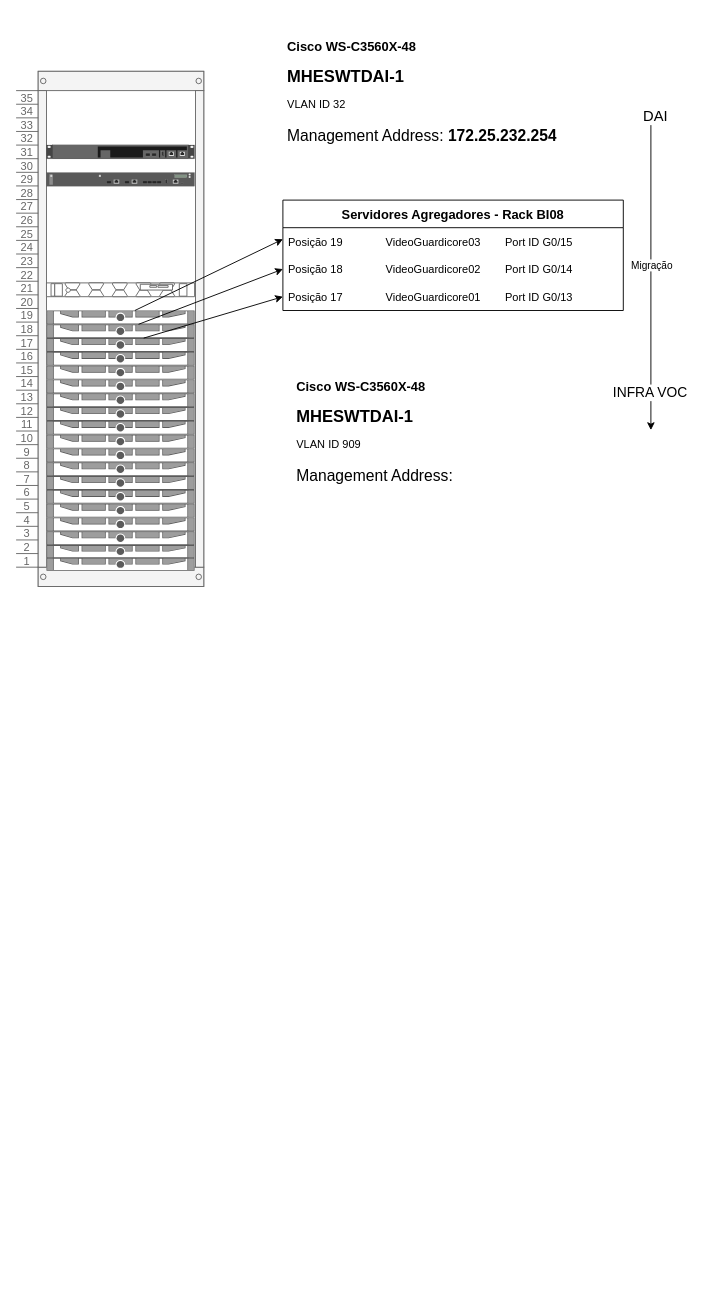
Before: infra_VOC.drawio in eloyx3x/Diagramas, a draw.io diagram. Source tidied: cells renumbered, new cells numbered last; positions are measured from the earlier drawing's top-left corner, leaving out a move shared by most shapes. Both pictures are drawn from the tidied source at 92%, with x=0, y=0 at pixel (16, 34).
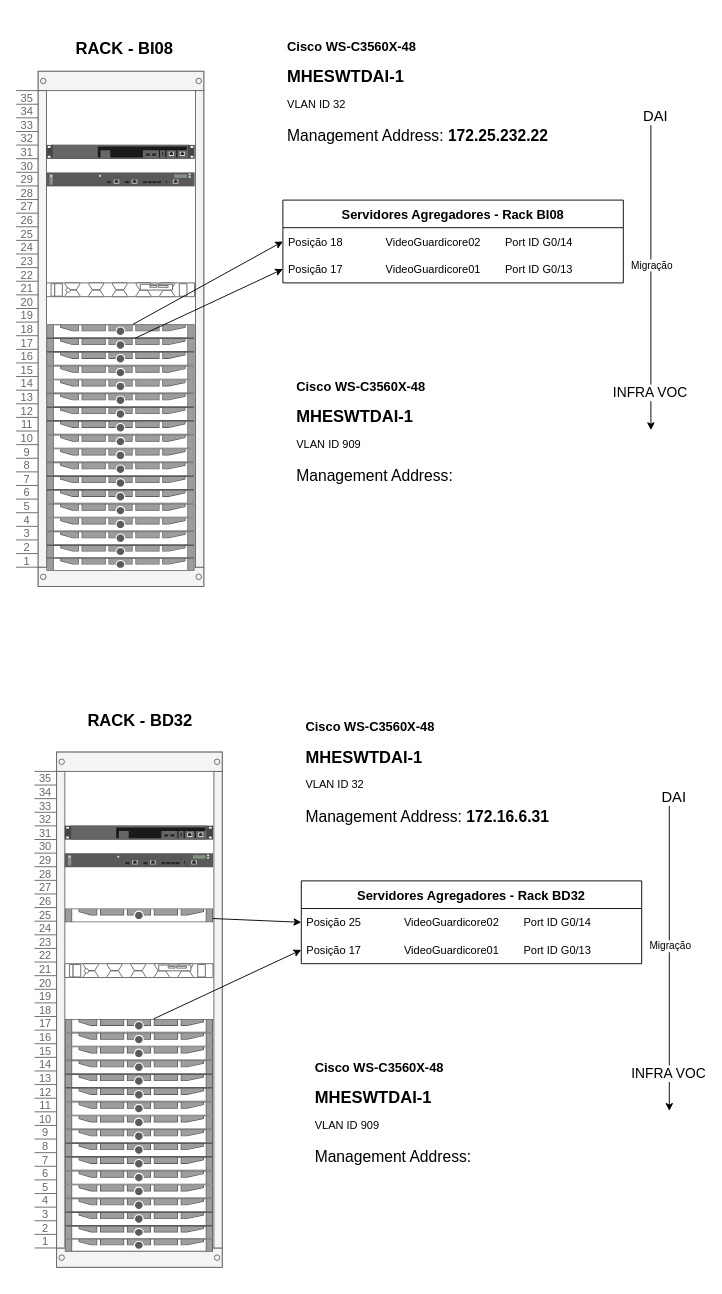
The same page after the edit.

Unchanged cells that the change refers to:
```xml
<mxCell id="2" style="strokeColor=#666666;html=1;verticalLabelPosition=bottom;labelBackgroundColor=#ffffff;verticalAlign=top;shadow=0;dashed=0;shape=mxgraph.rackGeneral.rackCabinet;fillColor2=#f4f4f4;allowGaps=1;textColor=#666666;numDisp=descend;unitNum=35;" parent="1" vertex="1">
  <mxGeometry y="40" width="203" height="571" as="geometry" />
</mxCell>
```

Change to the diagram source:
```diff
@@
-    <mxCell id="6" style="strokeColor=#666666;html=1;labelPosition=right;align=left;spacingLeft=15;shadow=0;dashed=0;outlineConnect=0;shape=mxgraph.rack.dell.poweredge_630;" parent="2" vertex="1">
-      <mxGeometry x="33" y="260" width="161" height="15" as="geometry" />
-    </mxCell>
@@
     <mxCell id="25" value="Servidores Agregadores - Rack BI08" style="swimlane;fontStyle=1;horizontal=1;startSize=30;fontSize=14;" parent="1" vertex="1">
-      <mxGeometry x="290" y="180" width="370" height="120" as="geometry" />
+      <mxGeometry x="290" y="180" width="370" height="90" as="geometry" />
     </mxCell>
-    <mxCell id="26" value="Posição 19              VideoGuardicore03        Port ID G0/15" style="text;strokeColor=none;fillColor=none;align=left;verticalAlign=middle;spacingLeft=4;spacingRight=4;overflow=hidden;" parent="25" vertex="1">
-      <mxGeometry y="30" width="370" height="30" as="geometry" />
-    </mxCell>
     <mxCell id="27" value="Posição 18              VideoGuardicore02        Port ID G0/14" style="text;strokeColor=none;fillColor=none;align=left;verticalAlign=middle;spacingLeft=4;spacingRight=4;overflow=hidden;points=[[0,0.5],[1,0.5]];portConstraint=eastwest;" parent="25" vertex="1">
-      <mxGeometry y="60" width="370" height="30" as="geometry" />
+      <mxGeometry y="30" width="370" height="30" as="geometry" />
     </mxCell>
     <mxCell id="28" value="Posição 17              VideoGuardicore01        Port ID G0/13   " style="text;strokeColor=none;fillColor=none;align=left;verticalAlign=middle;spacingLeft=4;spacingRight=4;overflow=hidden;points=[[0,0.5],[1,0.5]];portConstraint=eastwest;" parent="25" vertex="1">
-      <mxGeometry y="90" width="370" height="30" as="geometry" />
+      <mxGeometry y="60" width="370" height="30" as="geometry" />
     </mxCell>
@@
-    <mxCell id="31" style="endArrow=classic;html=1;rounded=0;" parent="1" edge="1" source="6">
-      <mxGeometry relative="1" as="geometry">
-        <mxPoint x="290" y="222.5" as="targetPoint" />
-      </mxGeometry>
-    </mxCell>
-    <mxCell id="32" value="&lt;h1 style=&quot;font-size: 18px;&quot;&gt;&lt;font style=&quot;font-size: 14px;&quot;&gt;Cisco WS-C3560X-48&lt;/font&gt;&lt;/h1&gt;&lt;h1 style=&quot;font-size: 18px;&quot;&gt;&lt;font style=&quot;font-size: 18px;&quot;&gt;MHESWTDAI-1&lt;/font&gt;&lt;/h1&gt;&lt;p&gt;VLAN ID 32&lt;/p&gt;&lt;p style=&quot;font-size: 17px;&quot;&gt;Management Address: &lt;b&gt;&lt;font style=&quot;font-size: 17px;&quot;&gt;172.25.232.254&lt;/font&gt;&lt;/b&gt;&lt;br&gt;&lt;/p&gt;" style="text;html=1;strokeColor=none;fillColor=none;spacing=5;spacingTop=-20;whiteSpace=wrap;overflow=hidden;rounded=0;" parent="1" vertex="1">
+    <mxCell id="32" value="&lt;h1 style=&quot;font-size: 18px;&quot;&gt;&lt;font style=&quot;font-size: 14px;&quot;&gt;Cisco WS-C3560X-48&lt;/font&gt;&lt;/h1&gt;&lt;h1 style=&quot;font-size: 18px;&quot;&gt;&lt;font style=&quot;font-size: 18px;&quot;&gt;MHESWTDAI-1&lt;/font&gt;&lt;/h1&gt;&lt;p&gt;VLAN ID 32&lt;/p&gt;&lt;p style=&quot;font-size: 17px;&quot;&gt;Management Address: &lt;b&gt;&lt;font style=&quot;font-size: 17px;&quot;&gt;172.25.232.22&lt;/font&gt;&lt;/b&gt;&lt;br&gt;&lt;/p&gt;" style="text;html=1;strokeColor=none;fillColor=none;spacing=5;spacingTop=-20;whiteSpace=wrap;overflow=hidden;rounded=0;" parent="1" vertex="1">
       <mxGeometry x="290" width="326" height="125" as="geometry" />
     </mxCell>
@@
+    <mxCell id="38" style="strokeColor=#666666;html=1;verticalLabelPosition=bottom;labelBackgroundColor=#ffffff;verticalAlign=top;shadow=0;dashed=0;shape=mxgraph.rackGeneral.rackCabinet;fillColor2=#f4f4f4;allowGaps=1;textColor=#666666;numDisp=descend;unitNum=35;" parent="1" vertex="1">
+      <mxGeometry x="20" y="780" width="203" height="571" as="geometry" />
+    </mxCell>
+    <mxCell id="39" style="html=1;verticalLabelPosition=bottom;verticalAlign=top;shadow=0;dashed=0;shape=mxgraph.rack.hpe_aruba.gateways_controllers.aruba_mobility_master_5k_front;" parent="38" vertex="1">
+      <mxGeometry x="33" y="80" width="161" height="15" as="geometry" />
+    </mxCell>
+    <mxCell id="40" style="html=1;verticalLabelPosition=bottom;verticalAlign=top;shadow=0;dashed=0;shape=mxgraph.rack.hpe_aruba.gateways_controllers.aruba_7210_mobility_controller_front;" parent="38" vertex="1">
+      <mxGeometry x="33" y="110" width="161" height="15" as="geometry" />
+    </mxCell>
+    <mxCell id="41" style="strokeColor=#666666;html=1;labelPosition=right;align=left;spacingLeft=15;shadow=0;dashed=0;outlineConnect=0;shape=mxgraph.rack.dell.poweredge_630;" parent="38" vertex="1">
+      <mxGeometry x="33" y="170" width="161" height="15" as="geometry" />
+    </mxCell>
+    <mxCell id="42" style="strokeColor=#666666;html=1;labelPosition=right;align=left;spacingLeft=15;shadow=0;dashed=0;shape=mxgraph.rack.dell.poweredge_r6525;" parent="38" vertex="1">
+      <mxGeometry x="33" y="230" width="161" height="15" as="geometry" />
+    </mxCell>
+    <mxCell id="43" style="strokeColor=#666666;html=1;labelPosition=right;align=left;spacingLeft=15;shadow=0;dashed=0;outlineConnect=0;shape=mxgraph.rack.dell.poweredge_630;" parent="38" vertex="1">
+      <mxGeometry x="33" y="290" width="161" height="15" as="geometry" />
+    </mxCell>
+    <mxCell id="44" style="strokeColor=#666666;html=1;labelPosition=right;align=left;spacingLeft=15;shadow=0;dashed=0;shape=mxgraph.rack.dell.poweredge_630;" parent="38" vertex="1">
+      <mxGeometry x="33" y="305" width="161" height="15" as="geometry" />
+    </mxCell>
+    <mxCell id="45" style="strokeColor=#666666;html=1;labelPosition=right;align=left;spacingLeft=15;shadow=0;dashed=0;shape=mxgraph.rack.dell.poweredge_630;" parent="38" vertex="1">
+      <mxGeometry x="33" y="320" width="161" height="15" as="geometry" />
+    </mxCell>
+    <mxCell id="46" style="strokeColor=#666666;html=1;labelPosition=right;align=left;spacingLeft=15;shadow=0;dashed=0;shape=mxgraph.rack.dell.poweredge_630;" parent="38" vertex="1">
+      <mxGeometry x="33" y="335" width="161" height="15" as="geometry" />
+    </mxCell>
+    <mxCell id="47" style="strokeColor=#666666;html=1;labelPosition=right;align=left;spacingLeft=15;shadow=0;dashed=0;shape=mxgraph.rack.dell.poweredge_630;" parent="38" vertex="1">
+      <mxGeometry x="33" y="350" width="161" height="15" as="geometry" />
+    </mxCell>
+    <mxCell id="48" style="strokeColor=#666666;html=1;labelPosition=right;align=left;spacingLeft=15;shadow=0;dashed=0;shape=mxgraph.rack.dell.poweredge_630;" parent="38" vertex="1">
+      <mxGeometry x="33" y="365" width="161" height="15" as="geometry" />
+    </mxCell>
+    <mxCell id="49" style="strokeColor=#666666;html=1;labelPosition=right;align=left;spacingLeft=15;shadow=0;dashed=0;shape=mxgraph.rack.dell.poweredge_630;" parent="38" vertex="1">
+      <mxGeometry x="33" y="380" width="161" height="15" as="geometry" />
+    </mxCell>
+    <mxCell id="50" style="strokeColor=#666666;html=1;labelPosition=right;align=left;spacingLeft=15;shadow=0;dashed=0;shape=mxgraph.rack.dell.poweredge_630;" parent="38" vertex="1">
+      <mxGeometry x="33" y="395" width="161" height="15" as="geometry" />
+    </mxCell>
+    <mxCell id="51" style="strokeColor=#666666;html=1;labelPosition=right;align=left;spacingLeft=15;shadow=0;dashed=0;shape=mxgraph.rack.dell.poweredge_630;" parent="38" vertex="1">
+      <mxGeometry x="33" y="410" width="161" height="15" as="geometry" />
+    </mxCell>
+    <mxCell id="52" style="strokeColor=#666666;html=1;labelPosition=right;align=left;spacingLeft=15;shadow=0;dashed=0;shape=mxgraph.rack.dell.poweredge_630;" parent="38" vertex="1">
+      <mxGeometry x="33" y="425" width="161" height="15" as="geometry" />
+    </mxCell>
+    <mxCell id="53" style="strokeColor=#666666;html=1;labelPosition=right;align=left;spacingLeft=15;shadow=0;dashed=0;shape=mxgraph.rack.dell.poweredge_630;" parent="38" vertex="1">
+      <mxGeometry x="33" y="440" width="161" height="15" as="geometry" />
+    </mxCell>
+    <mxCell id="54" style="strokeColor=#666666;html=1;labelPosition=right;align=left;spacingLeft=15;shadow=0;dashed=0;shape=mxgraph.rack.dell.poweredge_630;" parent="38" vertex="1">
+      <mxGeometry x="33" y="455" width="161" height="15" as="geometry" />
+    </mxCell>
+    <mxCell id="55" style="strokeColor=#666666;html=1;labelPosition=right;align=left;spacingLeft=15;shadow=0;dashed=0;shape=mxgraph.rack.dell.poweredge_630;" parent="38" vertex="1">
+      <mxGeometry x="33" y="470" width="161" height="15" as="geometry" />
+    </mxCell>
+    <mxCell id="56" style="strokeColor=#666666;html=1;labelPosition=right;align=left;spacingLeft=15;shadow=0;dashed=0;shape=mxgraph.rack.dell.poweredge_630;" parent="38" vertex="1">
+      <mxGeometry x="33" y="485" width="161" height="15" as="geometry" />
+    </mxCell>
+    <mxCell id="57" style="strokeColor=#666666;html=1;labelPosition=right;align=left;spacingLeft=15;shadow=0;dashed=0;shape=mxgraph.rack.dell.poweredge_630;" parent="38" vertex="1">
+      <mxGeometry x="33" y="500" width="161" height="15" as="geometry" />
+    </mxCell>
+    <mxCell id="58" style="strokeColor=#666666;html=1;labelPosition=right;align=left;spacingLeft=15;shadow=0;dashed=0;shape=mxgraph.rack.dell.poweredge_630;" parent="38" vertex="1">
+      <mxGeometry x="33" y="515" width="161" height="14" as="geometry" />
+    </mxCell>
+    <mxCell id="59" style="strokeColor=#666666;html=1;labelPosition=right;align=left;spacingLeft=15;shadow=0;dashed=0;shape=mxgraph.rack.dell.poweredge_630;" parent="38" vertex="1">
+      <mxGeometry x="33" y="529" width="161" height="14" as="geometry" />
+    </mxCell>
+    <mxCell id="60" value="Servidores Agregadores - Rack BD32" style="swimlane;fontStyle=1;horizontal=1;startSize=30;fontSize=14;" parent="1" vertex="1">
+      <mxGeometry x="310" y="920" width="370" height="90" as="geometry" />
+    </mxCell>
+    <mxCell id="61" value="Posição 25              VideoGuardicore02        Port ID G0/14" style="text;strokeColor=none;fillColor=none;align=left;verticalAlign=middle;spacingLeft=4;spacingRight=4;overflow=hidden;points=[[0,0.5],[1,0.5]];portConstraint=eastwest;" parent="60" vertex="1">
+      <mxGeometry y="30" width="370" height="30" as="geometry" />
+    </mxCell>
+    <mxCell id="62" value="Posição 17              VideoGuardicore01        Port ID G0/13   " style="text;strokeColor=none;fillColor=none;align=left;verticalAlign=middle;spacingLeft=4;spacingRight=4;overflow=hidden;points=[[0,0.5],[1,0.5]];portConstraint=eastwest;" parent="60" vertex="1">
+      <mxGeometry y="60" width="370" height="30" as="geometry" />
+    </mxCell>
+    <mxCell id="63" style="endArrow=classic;html=1;rounded=0;entryX=0;entryY=0.5;entryDx=0;entryDy=0;entryPerimeter=0;" parent="1" edge="1" source="43" target="62">
+      <mxGeometry relative="1" as="geometry" />
+    </mxCell>
+    <mxCell id="64" style="endArrow=classic;html=1;rounded=0;entryX=0;entryY=0.5;entryDx=0;entryDy=0;" parent="1" edge="1" source="41" target="61">
+      <mxGeometry relative="1" as="geometry" />
+    </mxCell>
+    <mxCell id="65" value="&lt;h1 style=&quot;font-size: 18px;&quot;&gt;&lt;font style=&quot;font-size: 14px;&quot;&gt;Cisco WS-C3560X-48&lt;/font&gt;&lt;/h1&gt;&lt;h1 style=&quot;font-size: 18px;&quot;&gt;&lt;font style=&quot;font-size: 18px;&quot;&gt;MHESWTDAI-1&lt;/font&gt;&lt;/h1&gt;&lt;p&gt;VLAN ID 32&lt;/p&gt;&lt;p style=&quot;font-size: 17px;&quot;&gt;Management Address: &lt;b&gt;&lt;font style=&quot;font-size: 17px;&quot;&gt;172.16.6.31&lt;/font&gt;&lt;/b&gt;&lt;br&gt;&lt;/p&gt;" style="text;html=1;strokeColor=none;fillColor=none;spacing=5;spacingTop=-20;whiteSpace=wrap;overflow=hidden;rounded=0;" parent="1" vertex="1">
+      <mxGeometry x="310" y="740" width="326" height="125" as="geometry" />
+    </mxCell>
+    <mxCell id="66" value="&lt;h1 style=&quot;font-size: 18px;&quot;&gt;&lt;font style=&quot;font-size: 14px;&quot;&gt;Cisco WS-C3560X-48&lt;/font&gt;&lt;/h1&gt;&lt;h1 style=&quot;font-size: 18px;&quot;&gt;&lt;font style=&quot;font-size: 18px;&quot;&gt;MHESWTDAI-1&lt;/font&gt;&lt;/h1&gt;&lt;p&gt;VLAN ID 909&lt;br&gt;&lt;/p&gt;&lt;p style=&quot;font-size: 17px;&quot;&gt;Management Address: &lt;br&gt;&lt;/p&gt;" style="text;html=1;strokeColor=none;fillColor=none;spacing=5;spacingTop=-20;whiteSpace=wrap;overflow=hidden;rounded=0;" parent="1" vertex="1">
+      <mxGeometry x="320" y="1110" width="326" height="125" as="geometry" />
+    </mxCell>
+    <mxCell id="67" style="endArrow=classic;html=1;rounded=0;" parent="1" edge="1">
+      <mxGeometry relative="1" as="geometry">
+        <mxPoint x="710" y="830" as="sourcePoint" />
+        <mxPoint x="710" y="1170" as="targetPoint" />
+      </mxGeometry>
+    </mxCell>
+    <mxCell id="68" value="Migração" style="edgeLabel;html=1;align=center;verticalAlign=middle;" parent="67" vertex="1">
+      <mxGeometry relative="1" as="geometry">
+        <mxPoint y="-10" as="offset" />
+      </mxGeometry>
+    </mxCell>
+    <mxCell id="69" value="DAI" style="edgeLabel;html=1;align=left;verticalAlign=bottom;spacing=2;fontSize=16;" parent="67" vertex="1">
+      <mxGeometry x="-1" relative="1" as="geometry">
+        <mxPoint x="-10" y="10" as="offset" />
+      </mxGeometry>
+    </mxCell>
+    <mxCell id="70" value="INFRA VOC" style="edgeLabel;html=1;align=right;verticalAlign=bottom;fontSize=15;" parent="67" vertex="1">
+      <mxGeometry x="1" relative="1" as="geometry">
+        <mxPoint x="40" y="-30" as="offset" />
+      </mxGeometry>
+    </mxCell>
+    <mxCell id="71" value="&lt;br&gt;&lt;h1 style=&quot;font-size: 18px;&quot;&gt;RACK - BD32&lt;br&gt;&lt;/h1&gt;" style="text;html=1;strokeColor=none;fillColor=none;spacing=5;spacingTop=-20;whiteSpace=wrap;overflow=hidden;rounded=0;" parent="1" vertex="1">
+      <mxGeometry x="73" y="720" width="130" height="50" as="geometry" />
+    </mxCell>
+    <mxCell id="72" value="&lt;br&gt;&lt;h1 style=&quot;font-size: 18px;&quot;&gt;RACK - BI08&lt;br&gt;&lt;/h1&gt;" style="text;html=1;strokeColor=none;fillColor=none;spacing=5;spacingTop=-20;whiteSpace=wrap;overflow=hidden;rounded=0;" parent="1" vertex="1">
+      <mxGeometry x="60" y="-10" width="120" height="50" as="geometry" />
+    </mxCell>
```
